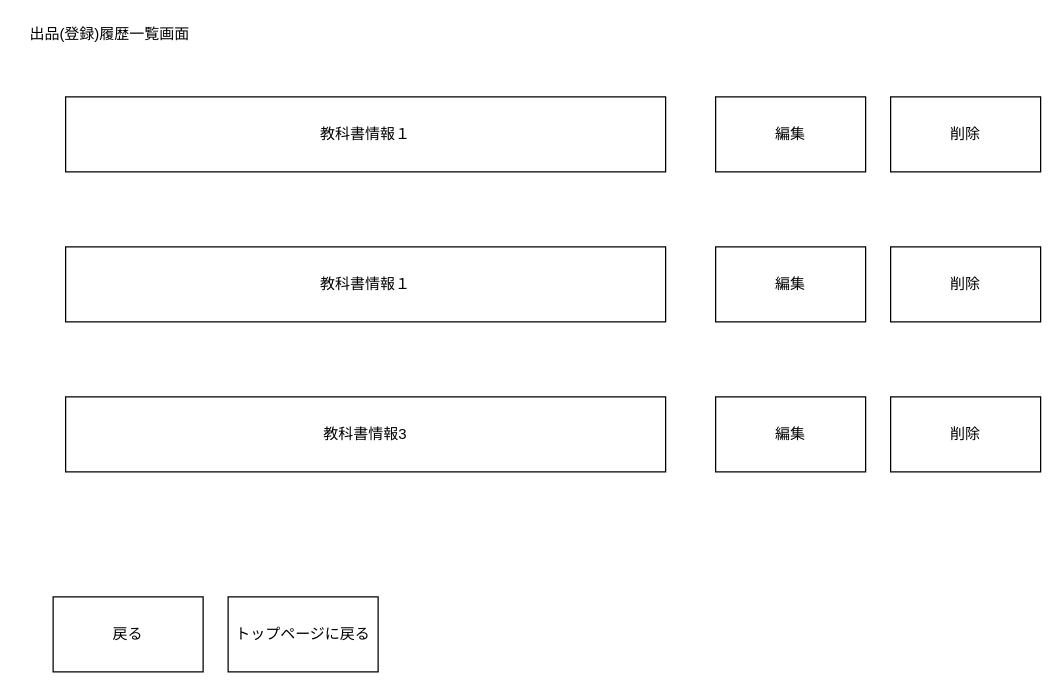
2022java42-student009/ProjectJava keeps this draw.io diagram as レイアウト図/会員画面/出品/出品(登録)履歴一覧画面.drawio. Above is the earlier version. Source tidied: cells renumbered, new cells numbered last; positions are measured from the earlier drawing's top-left corner, leaving out a move shared by most shapes. Both pictures are drawn from the tidied source at 125%, with x=0, y=0 at pixel (21, 21).
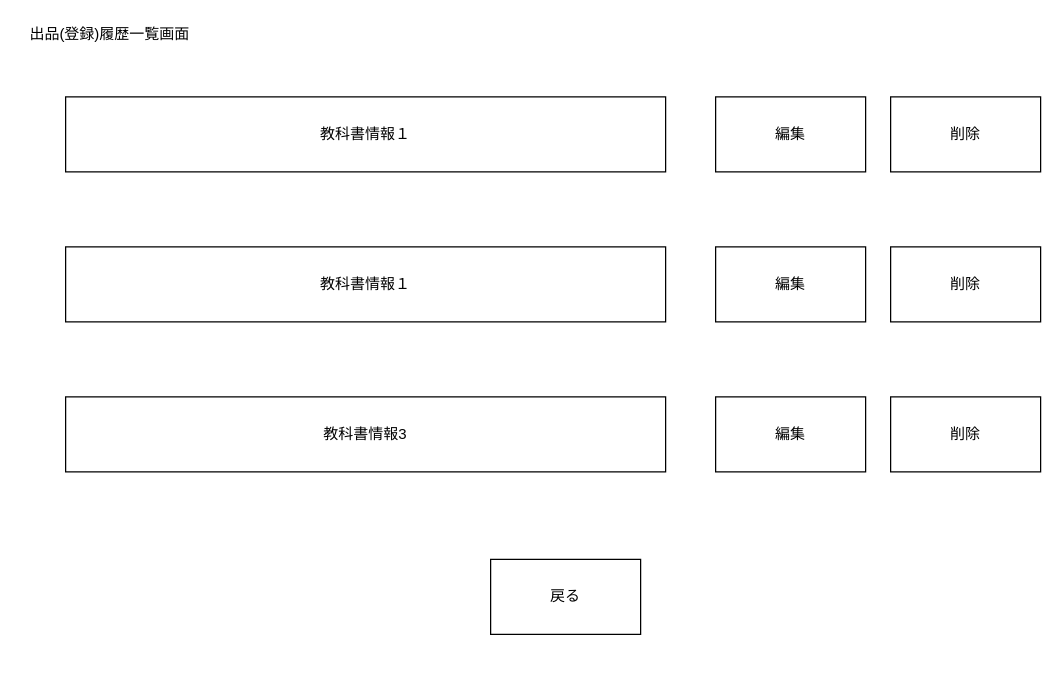
Above is the later version.

Change to the diagram source:
```diff
@@
 <mxGraphModel>
   <root>
     <mxCell id="0" />
     <mxCell id="1" parent="0" />
     <mxCell id="2" value="出品(登録)履歴一覧画面" style="text;html=1;align=center;verticalAlign=middle;strokeColor=none;fillColor=none;" parent="1" vertex="1">
       <mxGeometry width="140" height="20" as="geometry" />
     </mxCell>
-    <mxCell id="3" value="トップページに戻る" style="rounded=0;whiteSpace=wrap;html=1;" parent="1" vertex="1">
-      <mxGeometry x="165" y="460" width="120" height="60" as="geometry" />
-    </mxCell>
     <mxCell id="4" value="編集" style="rounded=0;whiteSpace=wrap;html=1;" parent="1" vertex="1">
       <mxGeometry x="555" y="60" width="120" height="60" as="geometry" />
     </mxCell>
     <mxCell id="5" value="戻る" style="rounded=0;whiteSpace=wrap;html=1;" parent="1" vertex="1">
-      <mxGeometry x="25" y="460" width="120" height="60" as="geometry" />
+      <mxGeometry x="375" y="430" width="120" height="60" as="geometry" />
     </mxCell>
     <mxCell id="6" value="編集" style="rounded=0;whiteSpace=wrap;html=1;" parent="1" vertex="1">
       <mxGeometry x="555" y="180" width="120" height="60" as="geometry" />
     </mxCell>
     <mxCell id="7" value="編集" style="rounded=0;whiteSpace=wrap;html=1;" parent="1" vertex="1">
       <mxGeometry x="555" y="300" width="120" height="60" as="geometry" />
     </mxCell>
     <mxCell id="8" value="教科書情報１" style="rounded=0;whiteSpace=wrap;html=1;" parent="1" vertex="1">
       <mxGeometry x="35" y="60" width="480" height="60" as="geometry" />
     </mxCell>
     <mxCell id="9" value="&lt;span&gt;教科書情報１&lt;/span&gt;" style="rounded=0;whiteSpace=wrap;html=1;" parent="1" vertex="1">
       <mxGeometry x="35" y="180" width="480" height="60" as="geometry" />
     </mxCell>
     <mxCell id="10" value="&lt;span&gt;教科書情報3&lt;/span&gt;" style="rounded=0;whiteSpace=wrap;html=1;" parent="1" vertex="1">
       <mxGeometry x="35" y="300" width="480" height="60" as="geometry" />
     </mxCell>
     <mxCell id="11" value="削除" style="rounded=0;whiteSpace=wrap;html=1;" parent="1" vertex="1">
       <mxGeometry x="695" y="180" width="120" height="60" as="geometry" />
     </mxCell>
     <mxCell id="12" value="削除" style="rounded=0;whiteSpace=wrap;html=1;" parent="1" vertex="1">
       <mxGeometry x="695" y="60" width="120" height="60" as="geometry" />
     </mxCell>
     <mxCell id="13" value="削除" style="rounded=0;whiteSpace=wrap;html=1;" parent="1" vertex="1">
       <mxGeometry x="695" y="300" width="120" height="60" as="geometry" />
     </mxCell>
   </root>
 </mxGraphModel>
```
